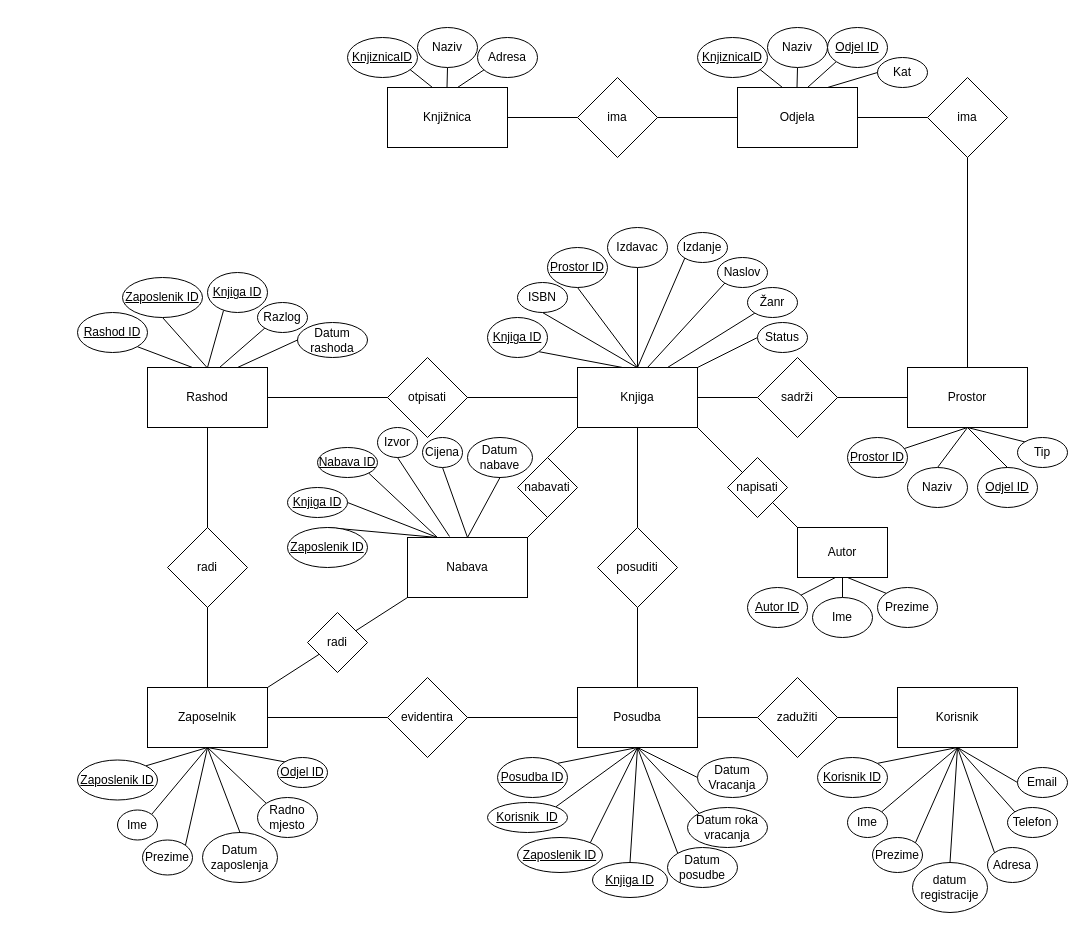
Above: Untitled Diagram.drawio in lgudelj/strukpod (draw.io), before the change. Source tidied: cells renumbered, new cells numbered last; positions are measured from the earlier drawing's top-left corner, leaving out a move shared by most shapes. Both pictures are drawn from the tidied source at 100%, with x=0, y=0 at pixel (77, 27).
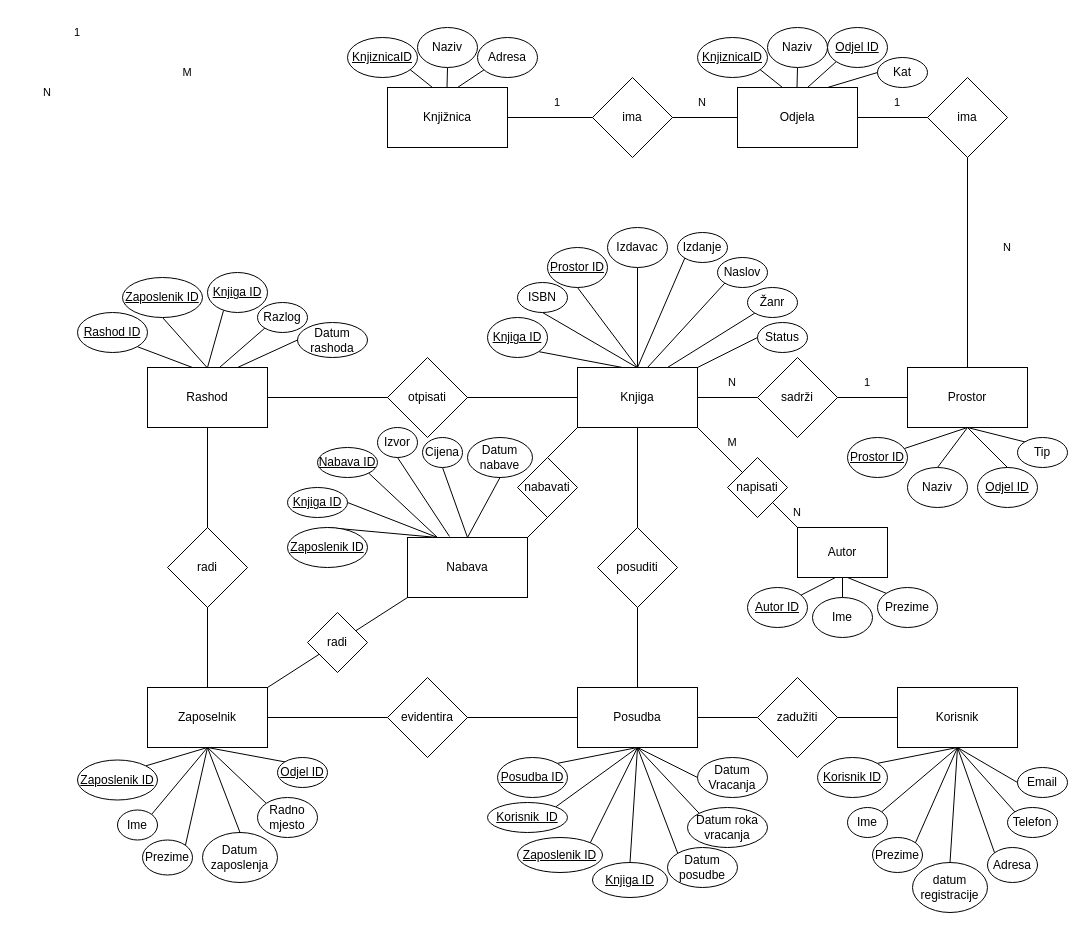
After the change.

The edit, as a diff of the source:
```diff
@@
     <mxCell id="5" style="rhombus;whiteSpace=wrap;html=1;labelBackgroundColor=none;" parent="1" vertex="1">
-      <mxGeometry x="500" y="50" width="80" height="80" as="geometry" />
+      <mxGeometry x="515" y="50" width="80" height="80" as="geometry" />
     </mxCell>
@@
     <mxCell id="8" value="ima" style="text;html=1;align=center;verticalAlign=middle;whiteSpace=wrap;rounded=0;labelBackgroundColor=none;" parent="1" vertex="1">
-      <mxGeometry x="510" y="75" width="60" height="30" as="geometry" />
+      <mxGeometry x="525" y="75" width="60" height="30" as="geometry" />
     </mxCell>
@@
+    <mxCell id="169" value="1" style="text;html=1;align=center;verticalAlign=middle;whiteSpace=wrap;rounded=0;fontFamily=Helvetica;fontSize=11;fontColor=default;labelBackgroundColor=default;" parent="1" vertex="1">
+      <mxGeometry x="-30" y="-10" width="60" height="30" as="geometry" />
+    </mxCell>
+    <mxCell id="170" value="N" style="text;html=1;align=center;verticalAlign=middle;whiteSpace=wrap;rounded=0;fontFamily=Helvetica;fontSize=11;fontColor=default;labelBackgroundColor=default;" parent="1" vertex="1">
+      <mxGeometry x="-60" y="50" width="60" height="30" as="geometry" />
+    </mxCell>
+    <mxCell id="171" value="M" style="text;html=1;align=center;verticalAlign=middle;whiteSpace=wrap;rounded=0;fontFamily=Helvetica;fontSize=11;fontColor=default;labelBackgroundColor=default;" parent="1" vertex="1">
+      <mxGeometry x="80" y="30" width="60" height="30" as="geometry" />
+    </mxCell>
+    <mxCell id="172" value="1" style="text;html=1;align=center;verticalAlign=middle;whiteSpace=wrap;rounded=0;fontFamily=Helvetica;fontSize=11;fontColor=default;labelBackgroundColor=default;" parent="1" vertex="1">
+      <mxGeometry x="450" y="60" width="60" height="30" as="geometry" />
+    </mxCell>
+    <mxCell id="173" value="N" style="text;html=1;align=center;verticalAlign=middle;whiteSpace=wrap;rounded=0;fontFamily=Helvetica;fontSize=11;fontColor=default;labelBackgroundColor=default;" parent="1" vertex="1">
+      <mxGeometry x="595" y="60" width="60" height="30" as="geometry" />
+    </mxCell>
+    <mxCell id="174" value="1" style="text;html=1;align=center;verticalAlign=middle;whiteSpace=wrap;rounded=0;fontFamily=Helvetica;fontSize=11;fontColor=default;labelBackgroundColor=default;" parent="1" vertex="1">
+      <mxGeometry x="790" y="60" width="60" height="30" as="geometry" />
+    </mxCell>
+    <mxCell id="175" value="N" style="text;html=1;align=center;verticalAlign=middle;whiteSpace=wrap;rounded=0;fontFamily=Helvetica;fontSize=11;fontColor=default;labelBackgroundColor=default;" parent="1" vertex="1">
+      <mxGeometry x="900" y="205" width="60" height="30" as="geometry" />
+    </mxCell>
+    <mxCell id="176" value="1" style="text;html=1;align=center;verticalAlign=middle;whiteSpace=wrap;rounded=0;fontFamily=Helvetica;fontSize=11;fontColor=default;labelBackgroundColor=default;" parent="1" vertex="1">
+      <mxGeometry x="760" y="340" width="60" height="30" as="geometry" />
+    </mxCell>
+    <mxCell id="177" value="N" style="text;html=1;align=center;verticalAlign=middle;whiteSpace=wrap;rounded=0;fontFamily=Helvetica;fontSize=11;fontColor=default;labelBackgroundColor=default;" parent="1" vertex="1">
+      <mxGeometry x="625" y="340" width="60" height="30" as="geometry" />
+    </mxCell>
+    <mxCell id="178" value="N" style="text;html=1;align=center;verticalAlign=middle;whiteSpace=wrap;rounded=0;fontFamily=Helvetica;fontSize=11;fontColor=default;labelBackgroundColor=default;" parent="1" vertex="1">
+      <mxGeometry x="700" y="470" width="40" height="30" as="geometry" />
+    </mxCell>
+    <mxCell id="179" value="M" style="text;html=1;align=center;verticalAlign=middle;whiteSpace=wrap;rounded=0;fontFamily=Helvetica;fontSize=11;fontColor=default;labelBackgroundColor=default;" parent="1" vertex="1">
+      <mxGeometry x="625" y="400" width="60" height="30" as="geometry" />
+    </mxCell>
```
